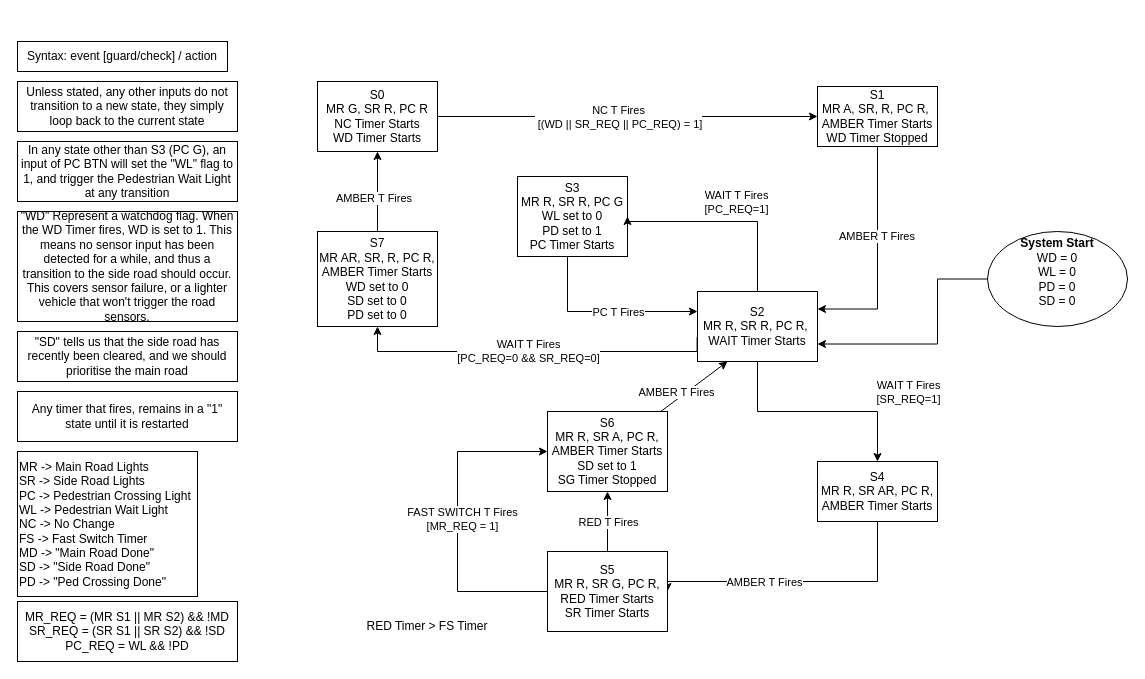
The draw.io diagram docs/state_transition_diagram.drawio in jackburne/tls, before the edit. Source tidied: cells renumbered, new cells numbered last; positions are measured from the earlier drawing's top-left corner, leaving out a move shared by most shapes. Both pictures are drawn from the tidied source at 100%, with x=0, y=0 at pixel (17, 41).
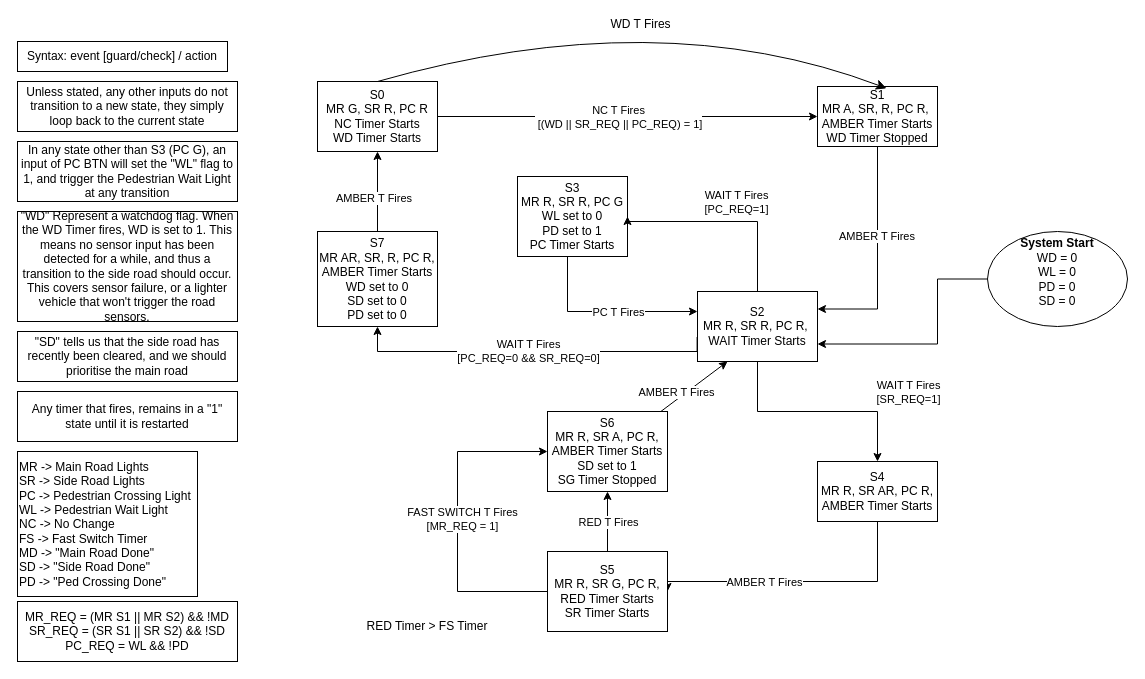
After the change.

Commit message (it also covers changes not shown here):
forgot to add watchdog timer firing

The change refers to these unchanged cells:
```xml
<mxCell id="4" value="&lt;div&gt;S0&lt;/div&gt;&lt;div&gt;MR G, SR R, PC R&lt;/div&gt;&lt;div&gt;NC Timer Starts&lt;/div&gt;&lt;div&gt;WD Timer Starts&lt;/div&gt;" style="rounded=0;whiteSpace=wrap;html=1;" parent="1" vertex="1">
  <mxGeometry x="300" y="40" width="120" height="70" as="geometry" />
</mxCell>
<mxCell id="5" value="&lt;div&gt;S1&lt;/div&gt;&lt;div&gt;MR A, SR, R, PC R,&amp;nbsp;&lt;/div&gt;&lt;div&gt;AMBER Timer Starts&lt;/div&gt;&lt;div&gt;WD Timer Stopped&lt;/div&gt;" style="rounded=0;whiteSpace=wrap;html=1;" parent="1" vertex="1">
  <mxGeometry x="800" y="45" width="120" height="60" as="geometry" />
</mxCell>
```

The edit, as a diff of the source:
```diff
@@
+    <mxCell id="43" style="edgeStyle=none;curved=1;rounded=0;curveGeometry=1;jettySize=auto;html=1;entryX=0.575;entryY=0.031;entryDx=0;entryDy=0;entryPerimeter=0;fontSize=12;defaultLabelBackgroundColor=page;labelPadding=0 4;startSize=8;endSize=8;exitX=0.5;exitY=0;exitDx=0;exitDy=0;" parent="1" edge="1" source="4" target="5">
+      <mxGeometry relative="1" as="geometry">
+        <Array as="points">
+          <mxPoint x="640" y="-40" />
+        </Array>
+      </mxGeometry>
+    </mxCell>
+    <mxCell id="44" value="WD T Fires" style="edgeLabel;html=1;align=center;verticalAlign=middle;inheritText=1;fontSize=12;defaultLabelBackgroundColor=page;labelPadding=0 4;" parent="43" vertex="1">
+      <mxGeometry x="-0.3" y="3" relative="1" as="geometry">
+        <mxPoint x="83" y="-3" as="offset" />
+      </mxGeometry>
+    </mxCell>
```
